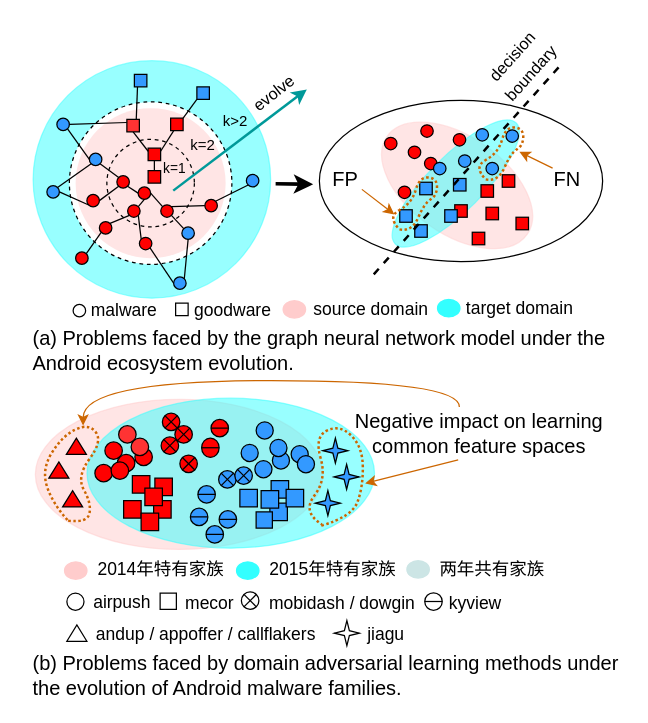
sunray42/diagrams keeps this draw.io diagram as importance_weight_schema.drawio. Above is the earlier version. Source tidied: cells renumbered, new cells numbered last; positions are measured from the earlier drawing's top-left corner, leaving out a move shared by most shapes. Both pictures are drawn from the tidied source at 125%, with x=0, y=0 at pixel (30, 40).
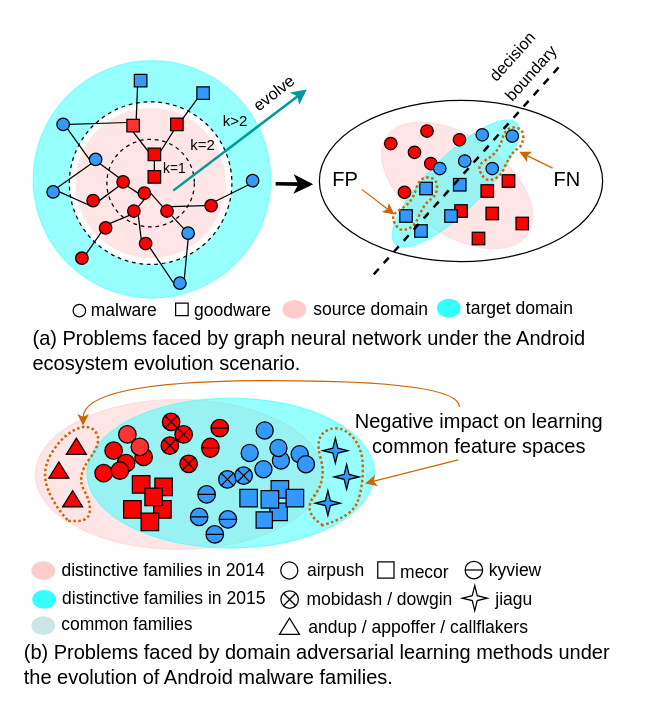
The same page after the edit.

The edit, as a diff of the source:
```diff
@@
     <mxCell id="56" style="ellipse;whiteSpace=wrap;html=1;strokeColor=#000000;fontSize=16;fillColor=#FFFFFF;gradientColor=none;rotation=-90;" parent="1" vertex="1">
-      <mxGeometry x="29" y="442" width="13.7" height="13.7" as="geometry" />
+      <mxGeometry x="200.1" y="417" width="13.7" height="13.7" as="geometry" />
     </mxCell>
@@
-    <mxCell id="65" value="&lt;font style=&quot;font-size: 16px;&quot;&gt;(a)&amp;nbsp;Problems faced by the graph neural network model under the Android ecosystem evolution.&lt;/font&gt;" style="text;html=1;strokeColor=none;fillColor=none;align=left;verticalAlign=middle;whiteSpace=wrap;rounded=0;fontSize=14;" parent="1" vertex="1">
+    <mxCell id="65" value="&lt;font style=&quot;font-size: 16px;&quot;&gt;(a)&amp;nbsp;Problems faced by graph neural network under the Android ecosystem evolution scenario.&lt;/font&gt;" style="text;html=1;strokeColor=none;fillColor=none;align=left;verticalAlign=middle;whiteSpace=wrap;rounded=0;fontSize=14;" parent="1" vertex="1">
       <mxGeometry x="0.3" y="233" width="460.7" height="30" as="geometry" />
     </mxCell>
     <mxCell id="66" value="&lt;font style=&quot;font-size: 16px;&quot;&gt;(b) Problems faced by domain adversarial learning methods under the evolution of Android malware families.&lt;/font&gt;" style="text;html=1;strokeColor=none;fillColor=none;align=left;verticalAlign=middle;whiteSpace=wrap;rounded=0;fontSize=14;" parent="1" vertex="1">
-      <mxGeometry x="0.3" y="488" width="475.2" height="40" as="geometry" />
+      <mxGeometry x="-7" y="479" width="475.2" height="40" as="geometry" />
     </mxCell>
     <mxCell id="67" value="&lt;span style=&quot;font-size: 14px;&quot;&gt;airpush&lt;/span&gt;" style="text;html=1;strokeColor=none;fillColor=none;align=center;verticalAlign=middle;whiteSpace=wrap;rounded=0;fontSize=16;" parent="1" vertex="1">
-      <mxGeometry x="47.1" y="440" width="52.9" height="16.3" as="geometry" />
+      <mxGeometry x="218.2" y="415" width="52.9" height="16.3" as="geometry" />
     </mxCell>
     <mxCell id="68" style="ellipse;whiteSpace=wrap;html=1;strokeColor=#FFFFFF;fontSize=14;fillColor=#FFCCCC;gradientColor=none;" parent="1" vertex="1">
-      <mxGeometry x="26.1" y="416" width="20" height="16" as="geometry" />
+      <mxGeometry x="0.1" y="416" width="20" height="16" as="geometry" />
     </mxCell>
     <mxCell id="69" style="ellipse;whiteSpace=wrap;html=1;strokeColor=#FFFFFF;fontSize=14;fillColor=#33FFFF;gradientColor=none;" parent="1" vertex="1">
-      <mxGeometry x="163.7" y="416" width="20" height="16" as="geometry" />
+      <mxGeometry x="0.8" y="439" width="20" height="16" as="geometry" />
     </mxCell>
-    <mxCell id="70" value="2015年特有家族" style="text;html=1;strokeColor=none;fillColor=none;align=center;verticalAlign=middle;whiteSpace=wrap;rounded=0;fontSize=14;" parent="1" vertex="1">
-      <mxGeometry x="188.6" y="416" width="106.4" height="14" as="geometry" />
+    <mxCell id="70" value="distinctive families in 2015" style="text;html=1;strokeColor=none;fillColor=none;align=center;verticalAlign=middle;whiteSpace=wrap;rounded=0;fontSize=14;" parent="1" vertex="1">
+      <mxGeometry x="22.7" y="439" width="168.3" height="14" as="geometry" />
     </mxCell>
     <mxCell id="71" style="verticalLabelPosition=bottom;verticalAlign=top;html=1;shape=mxgraph.basic.4_point_star_2;dx=0.8;strokeColor=#000000;fontSize=16;fillColor=#FFFFFF;gradientColor=none;rotation=-90;" parent="1" vertex="1">
-      <mxGeometry x="243" y="464" width="20" height="20" as="geometry" />
+      <mxGeometry x="345.3" y="436" width="20" height="20" as="geometry" />
     </mxCell>
-    <mxCell id="72" value="&lt;font style=&quot;font-size: 14px;&quot;&gt;andup / appoffer / callflakers&lt;/font&gt;" style="text;html=1;align=center;verticalAlign=middle;strokeColor=none;fillColor=none;fontSize=16;" parent="1" vertex="1">
-      <mxGeometry x="40" y="459" width="200" height="30" as="geometry" />
-    </mxCell>
     <mxCell id="73" style="verticalLabelPosition=bottom;verticalAlign=top;html=1;shape=mxgraph.basic.acute_triangle;dx=0.5;rotation=0;fillColor=#FFFFFF;" parent="1" vertex="1">
-      <mxGeometry x="29" y="467.5" width="16" height="13" as="geometry" />
+      <mxGeometry x="199.1" y="462" width="16" height="13" as="geometry" />
     </mxCell>
-    <mxCell id="74" value="&lt;font style=&quot;font-size: 14px;&quot;&gt;jiagu&lt;/font&gt;" style="text;html=1;align=center;verticalAlign=middle;strokeColor=none;fillColor=none;fontSize=16;" parent="1" vertex="1">
-      <mxGeometry x="259.1" y="459" width="50" height="30" as="geometry" />
-    </mxCell>
@@
     <mxCell id="118" value="&lt;span style=&quot;font-size: 14px;&quot;&gt;mecor&lt;/span&gt;" style="text;html=1;strokeColor=none;fillColor=none;align=center;verticalAlign=middle;whiteSpace=wrap;rounded=0;fontSize=16;" parent="1" vertex="1">
-      <mxGeometry x="120.2" y="439" width="46.8" height="20" as="geometry" />
+      <mxGeometry x="292.3" y="414" width="46.8" height="20" as="geometry" />
     </mxCell>
     <mxCell id="119" style="whiteSpace=wrap;html=1;strokeColor=#000000;fontSize=16;fillColor=#FFFFFF;gradientColor=none;rotation=0;" parent="1" vertex="1">
-      <mxGeometry x="103.6" y="442" width="13" height="13" as="geometry" />
+      <mxGeometry x="277.7" y="417" width="13" height="13" as="geometry" />
     </mxCell>
     <mxCell id="120" style="ellipse;whiteSpace=wrap;html=1;strokeColor=#FFFFFF;fontSize=14;fillColor=#cce5e5;gradientColor=none;" parent="1" vertex="1">
-      <mxGeometry x="300" y="415" width="20" height="16" as="geometry" />
+      <mxGeometry x="0.1" y="460" width="20" height="16" as="geometry" />
     </mxCell>
-    <mxCell id="121" value="2014年特有家族" style="text;html=1;strokeColor=none;fillColor=none;align=center;verticalAlign=middle;whiteSpace=wrap;rounded=0;fontSize=14;" parent="1" vertex="1">
-      <mxGeometry x="50.2" y="416" width="108.8" height="14" as="geometry" />
+    <mxCell id="121" value="distinctive families in 2014" style="text;html=1;strokeColor=none;fillColor=none;align=center;verticalAlign=middle;whiteSpace=wrap;rounded=0;fontSize=14;" parent="1" vertex="1">
+      <mxGeometry x="22.2" y="417" width="168.8" height="14" as="geometry" />
     </mxCell>
-    <mxCell id="122" value="两年共有家族" style="text;html=1;strokeColor=none;fillColor=none;align=center;verticalAlign=middle;whiteSpace=wrap;rounded=0;fontSize=14;" parent="1" vertex="1">
-      <mxGeometry x="324.5" y="416" width="88.9" height="14" as="geometry" />
+    <mxCell id="122" value="common families" style="text;html=1;strokeColor=none;fillColor=none;align=center;verticalAlign=middle;whiteSpace=wrap;rounded=0;fontSize=14;" parent="1" vertex="1">
+      <mxGeometry x="22.1" y="460" width="110.9" height="14" as="geometry" />
     </mxCell>
@@
     <mxCell id="137" style="shape=sumEllipse;perimeter=ellipsePerimeter;whiteSpace=wrap;html=1;backgroundOutline=1;fillColor=#FFFFFF;" parent="1" vertex="1">
-      <mxGeometry x="168.6" y="441" width="14" height="14" as="geometry" />
+      <mxGeometry x="200.2" y="440.1" width="14" height="14" as="geometry" />
     </mxCell>
     <mxCell id="138" style="shape=lineEllipse;perimeter=ellipsePerimeter;whiteSpace=wrap;html=1;backgroundOutline=1;fillColor=#FFFFFF;" parent="1" vertex="1">
-      <mxGeometry x="315.3" y="441.7" width="14" height="14" as="geometry" />
+      <mxGeometry x="347.6" y="416.5" width="14" height="14" as="geometry" />
     </mxCell>
     <mxCell id="139" value="&lt;span style=&quot;font-size: 14px;&quot;&gt;mobidash / dowgin&lt;/span&gt;" style="text;html=1;strokeColor=none;fillColor=none;align=center;verticalAlign=middle;whiteSpace=wrap;rounded=0;fontSize=16;" parent="1" vertex="1">
-      <mxGeometry x="187.7" y="438.9" width="123" height="20" as="geometry" />
+      <mxGeometry x="218.3" y="436" width="123" height="20" as="geometry" />
     </mxCell>
     <mxCell id="140" value="&lt;span style=&quot;font-size: 14px;&quot;&gt;kyview&lt;/span&gt;" style="text;html=1;strokeColor=none;fillColor=none;align=center;verticalAlign=middle;whiteSpace=wrap;rounded=0;fontSize=16;" parent="1" vertex="1">
-      <mxGeometry x="337" y="438.5" width="37.9" height="20" as="geometry" />
+      <mxGeometry x="369.3" y="413.3" width="37.9" height="20" as="geometry" />
     </mxCell>
-    <mxCell id="141" style="edgeStyle=none;rounded=0;orthogonalLoop=1;jettySize=auto;html=1;entryX=1;entryY=0.5;entryDx=0;entryDy=0;strokeColor=#CC6600;strokeWidth=1;endArrow=classic;endFill=1;" parent="1" edge="1" source="140" target="140">
-      <mxGeometry relative="1" as="geometry" />
+    <mxCell id="141" style="edgeStyle=none;rounded=0;orthogonalLoop=1;jettySize=auto;html=1;entryX=1;entryY=0.5;entryDx=0;entryDy=0;strokeColor=#CC6600;strokeWidth=1;endArrow=classic;endFill=1;" parent="1" edge="1">
+      <mxGeometry relative="1" as="geometry">
+        <mxPoint x="419.6" y="426.3" as="sourcePoint" />
+        <mxPoint x="419.6" y="426.3" as="targetPoint" />
+      </mxGeometry>
     </mxCell>
@@
+    <mxCell id="74" value="&lt;span style=&quot;font-size: 14px;&quot;&gt;jiagu&lt;br&gt;&lt;/span&gt;" style="text;html=1;strokeColor=none;fillColor=none;align=center;verticalAlign=middle;whiteSpace=wrap;rounded=0;fontSize=16;" parent="1" vertex="1">
+      <mxGeometry x="367.5" y="436" width="37.9" height="20" as="geometry" />
+    </mxCell>
+    <mxCell id="72" value="&lt;font style=&quot;font-size: 14px;&quot;&gt;andup / appoffer / callflakers&lt;/font&gt;" style="text;html=1;strokeColor=none;fillColor=none;align=center;verticalAlign=middle;whiteSpace=wrap;rounded=0;fontSize=16;" parent="1" vertex="1">
+      <mxGeometry x="220.7" y="458" width="179.3" height="20" as="geometry" />
+    </mxCell>
```
